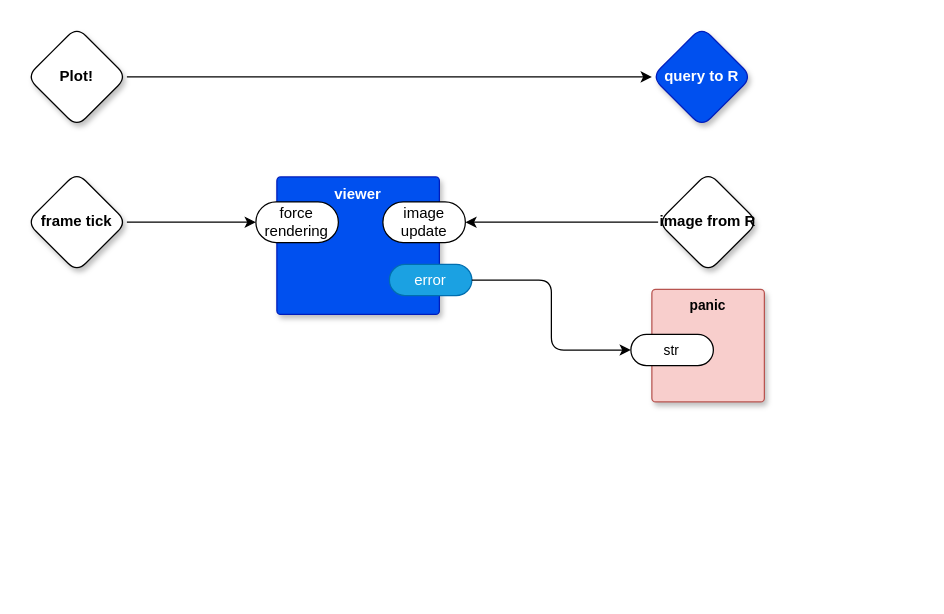
This is page "main" (1 of 2) of kartik.drawio from guitarvydas/kartik, a draw.io file, before an edit. Source tidied: cells renumbered, new cells numbered last; positions are measured from the earlier drawing's top-left corner, leaving out a move shared by most shapes. Both pictures are drawn from the tidied source at 125%, with x=0, y=0 at pixel (26, 26).
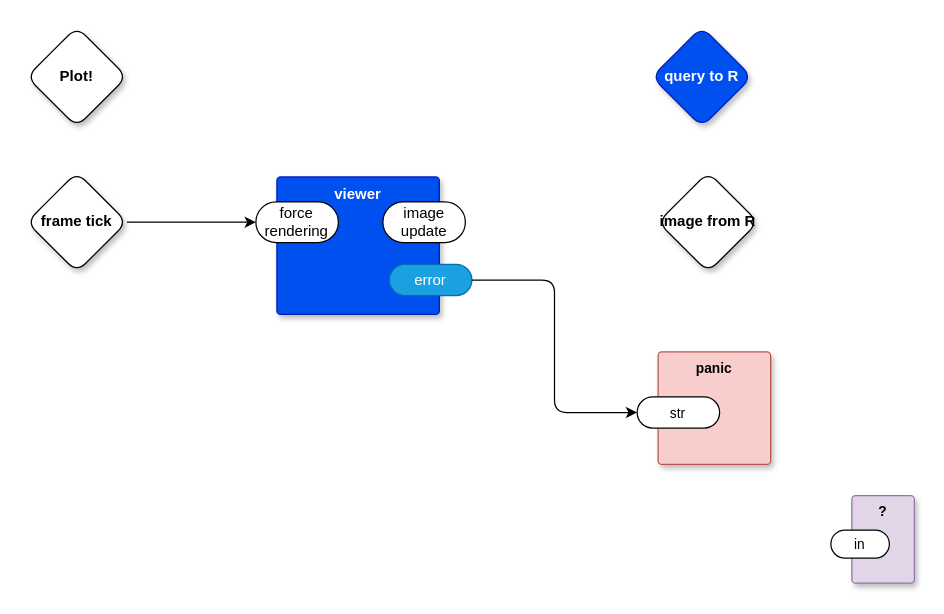
Above is the later version.

Diff of the diagram source:
```diff
@@
 <mxGraphModel>
   <root>
     <mxCell id="0" />
     <mxCell id="1" parent="0" />
     <mxCell id="2" value="query to R" style="rhombus;whiteSpace=wrap;html=1;rounded=1;fillColor=#0050ef;fontColor=#ffffff;strokeColor=#001DBC;fontStyle=1;glass=0;sketch=0;fontSize=12;points=[[0,0.5,0,0,0],[0.5,0,0,0,0],[0.5,1,0,0,0],[1,0.5,0,0,0]];shadow=1;" parent="1" vertex="1">
       <mxGeometry x="500" width="80" height="80" as="geometry" />
     </mxCell>
     <mxCell id="3" style="edgeStyle=orthogonalEdgeStyle;shape=connector;rounded=1;jettySize=auto;html=1;entryX=0;entryY=0.5;entryDx=0;entryDy=0;entryPerimeter=0;labelBackgroundColor=default;strokeColor=default;fontFamily=Helvetica;fontSize=11;fontColor=default;endArrow=classic;" parent="1" edge="1" source="4" target="12">
       <mxGeometry relative="1" as="geometry" />
     </mxCell>
     <mxCell id="4" value="frame tick" style="rhombus;whiteSpace=wrap;html=1;rounded=1;fontStyle=1;glass=0;sketch=0;fontSize=12;points=[[0,0.5,0,0,0],[0.5,0,0,0,0],[0.5,1,0,0,0],[1,0.5,0,0,0]];shadow=1;" parent="1" vertex="1">
       <mxGeometry y="116.2" width="80" height="80" as="geometry" />
     </mxCell>
-    <mxCell id="5" style="edgeStyle=orthogonalEdgeStyle;shape=connector;rounded=1;jettySize=auto;html=1;exitX=1;exitY=0.5;exitDx=0;exitDy=0;exitPerimeter=0;entryX=0;entryY=0.5;entryDx=0;entryDy=0;entryPerimeter=0;labelBackgroundColor=default;strokeColor=default;fontFamily=Helvetica;fontSize=11;fontColor=default;endArrow=classic;" parent="1" edge="1" source="6" target="2">
-      <mxGeometry relative="1" as="geometry" />
-    </mxCell>
     <mxCell id="6" value="Plot!" style="rhombus;whiteSpace=wrap;html=1;rounded=1;fontStyle=1;glass=0;sketch=0;fontSize=12;points=[[0,0.5,0,0,0],[0.5,0,0,0,0],[0.5,1,0,0,0],[1,0.5,0,0,0]];shadow=1;" parent="1" vertex="1">
       <mxGeometry width="80" height="80" as="geometry" />
     </mxCell>
-    <mxCell id="7" style="edgeStyle=orthogonalEdgeStyle;shape=connector;rounded=1;jettySize=auto;html=1;exitX=0;exitY=0.5;exitDx=0;exitDy=0;exitPerimeter=0;entryX=1;entryY=0.5;entryDx=0;entryDy=0;entryPerimeter=0;labelBackgroundColor=default;strokeColor=default;fontFamily=Helvetica;fontSize=11;fontColor=default;endArrow=classic;" parent="1" edge="1" source="8" target="13">
-      <mxGeometry relative="1" as="geometry" />
-    </mxCell>
     <mxCell id="8" value="image from R" style="rhombus;whiteSpace=wrap;html=1;rounded=1;fontStyle=1;glass=0;sketch=0;fontSize=12;points=[[0,0.5,0,0,0],[0.5,0,0,0,0],[0.5,1,0,0,0],[1,0.5,0,0,0]];shadow=1;" parent="1" vertex="1">
       <mxGeometry x="505" y="116.2" width="80" height="80" as="geometry" />
     </mxCell>
     <mxCell id="9" value="panic" style="rounded=1;whiteSpace=wrap;html=1;sketch=0;verticalAlign=top;arcSize=6;fontStyle=1;absoluteArcSize=1;shadow=1;strokeColor=#b85450;fillColor=#f8cecc;fontFamily=Helvetica;fontSize=11;" parent="1" vertex="1">
-      <mxGeometry x="500" y="210" width="90" height="90" as="geometry" />
+      <mxGeometry x="505" y="260" width="90" height="90" as="geometry" />
     </mxCell>
     <mxCell id="10" value="str" style="rounded=1;whiteSpace=wrap;html=1;sketch=0;points=[[0,0.5,0,0,0],[1,0.5,0,0,0]];arcSize=50;fontFamily=Helvetica;fontSize=11;fontColor=default;" parent="9" vertex="1">
       <mxGeometry x="-16.8" y="36" width="66" height="25" as="geometry" />
     </mxCell>
     <mxCell id="11" value="viewer" style="rounded=1;whiteSpace=wrap;html=1;sketch=0;verticalAlign=top;arcSize=6;fontStyle=1;absoluteArcSize=1;shadow=1;strokeColor=#001DBC;fillColor=#0050ef;fontColor=#ffffff;" parent="1" vertex="1">
       <mxGeometry x="200" y="120" width="130" height="110" as="geometry" />
     </mxCell>
     <mxCell id="12" value="force rendering" style="rounded=1;whiteSpace=wrap;html=1;sketch=0;points=[[0,0.5,0,0,0],[1,0.5,0,0,0]];arcSize=50;" parent="11" vertex="1">
       <mxGeometry x="-16.8" y="20" width="66" height="32.5" as="geometry" />
     </mxCell>
     <mxCell id="13" value="image update" style="rounded=1;whiteSpace=wrap;html=1;sketch=0;points=[[0,0.5,0,0,0],[1,0.5,0,0,0]];arcSize=50;" parent="11" vertex="1">
       <mxGeometry x="84.8" y="20" width="66" height="32.5" as="geometry" />
     </mxCell>
     <mxCell id="14" value="error" style="rounded=1;whiteSpace=wrap;html=1;sketch=0;points=[[0,0.5,0,0,0],[1,0.5,0,0,0]];fillColor=#1ba1e2;fontColor=#ffffff;strokeColor=#006EAF;arcSize=50;" parent="11" vertex="1">
       <mxGeometry x="90" y="70" width="66" height="25" as="geometry" />
     </mxCell>
     <mxCell id="15" style="edgeStyle=orthogonalEdgeStyle;shape=connector;rounded=1;jettySize=auto;html=1;exitX=1;exitY=0.5;exitDx=0;exitDy=0;exitPerimeter=0;entryX=0;entryY=0.5;entryDx=0;entryDy=0;entryPerimeter=0;labelBackgroundColor=default;strokeColor=default;fontFamily=Helvetica;fontSize=11;fontColor=default;endArrow=classic;" parent="1" edge="1" source="14" target="10">
       <mxGeometry relative="1" as="geometry" />
     </mxCell>
+    <mxCell id="16" value="?" style="rounded=1;whiteSpace=wrap;html=1;sketch=0;verticalAlign=top;arcSize=6;fontStyle=1;absoluteArcSize=1;shadow=1;strokeColor=#9673a6;fillColor=#e1d5e7;fontFamily=Helvetica;fontSize=11;fontColor=default;" parent="1" vertex="1">
+      <mxGeometry x="660" y="375" width="50" height="70" as="geometry" />
+    </mxCell>
+    <mxCell id="17" value="in" style="rounded=1;whiteSpace=wrap;html=1;sketch=0;arcSize=50;fontFamily=Helvetica;fontSize=11;fontColor=default;" parent="16" vertex="1">
+      <mxGeometry x="-16.8" y="27.5" width="46.8" height="22.5" as="geometry" />
+    </mxCell>
   </root>
 </mxGraphModel>
```
